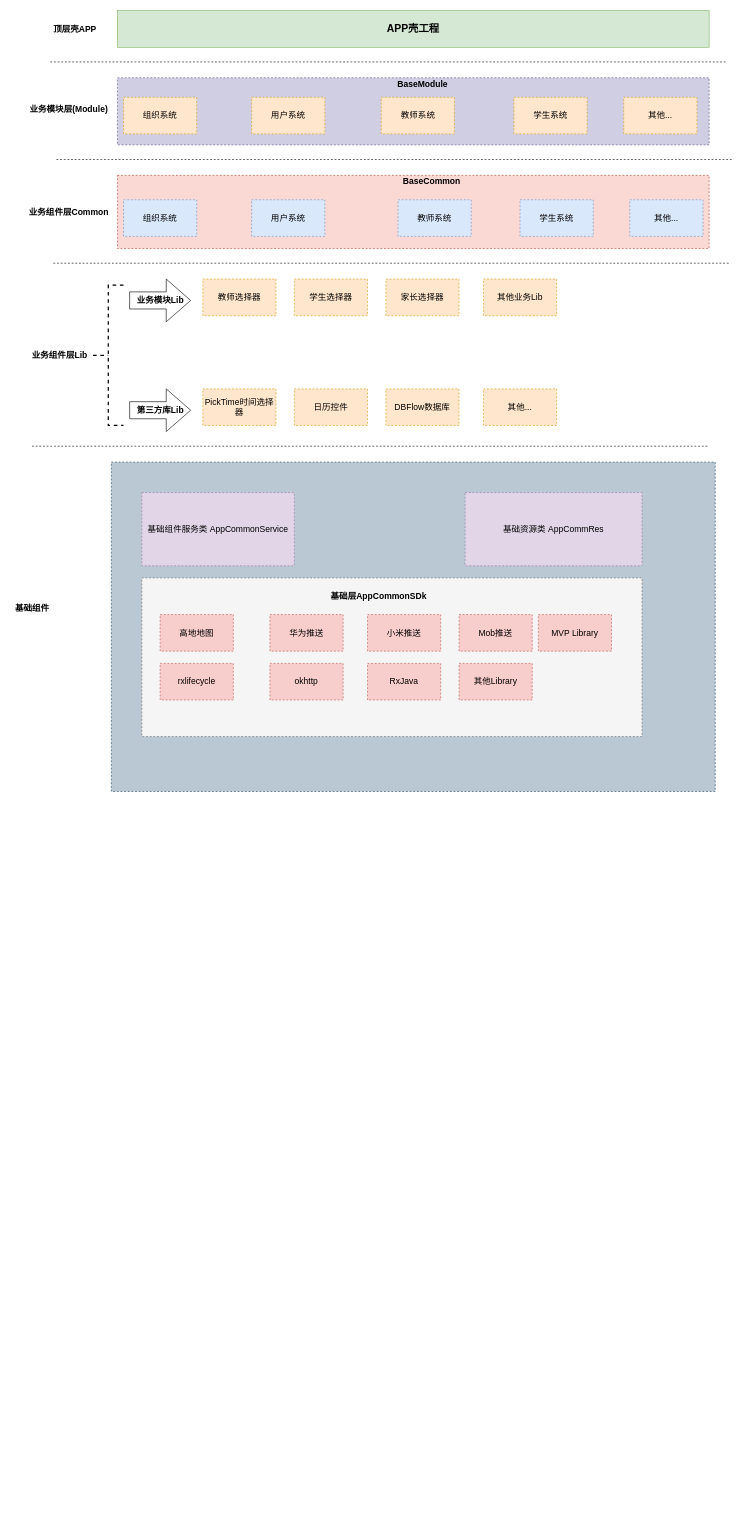
Earlier version of the draw.io diagram Untitled Diagram.drawio (123yangu/private_tool). Source tidied: cells renumbered, new cells numbered last; positions are measured from the earlier drawing's top-left corner, leaving out a move shared by most shapes. Both pictures are drawn from the tidied source at 61%, with x=0, y=0 at pixel (10, 10).
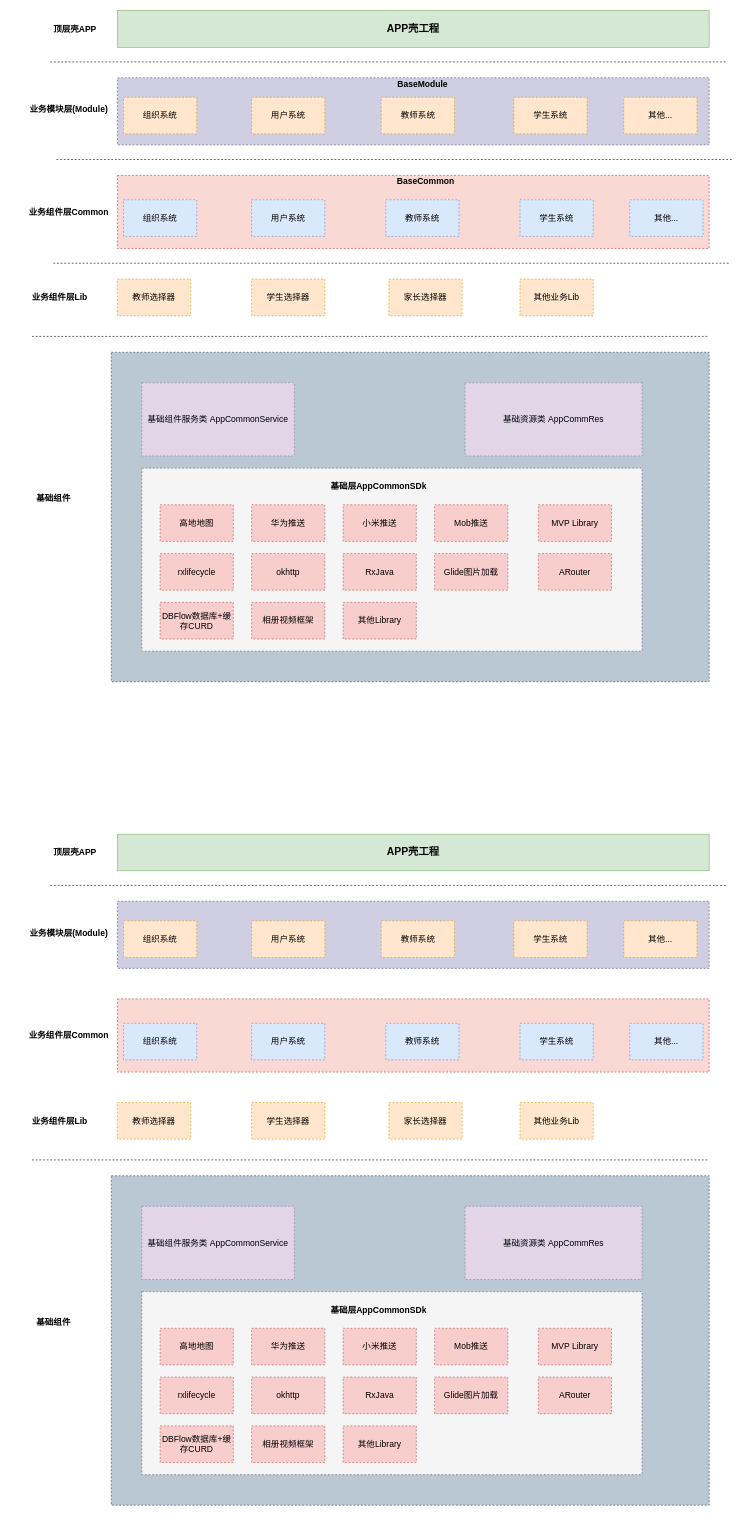
Above is the later version.

What changed in the source:
```diff
@@
     <mxCell id="4" style="rounded=0;whiteSpace=wrap;html=1;dashed=1;fontSize=14;fillColor=#bac8d3;strokeColor=#23445d;" parent="1" vertex="1">
-      <mxGeometry x="165" y="740" width="990" height="540" as="geometry" />
+      <mxGeometry x="165" y="560" width="980" height="540" as="geometry" />
     </mxCell>
     <mxCell id="5" style="rounded=0;whiteSpace=wrap;html=1;dashed=1;fontSize=14;fillColor=#f5f5f5;strokeColor=#666666;fontColor=#333333;" parent="1" vertex="1">
-      <mxGeometry x="215" y="930" width="820" height="260" as="geometry" />
+      <mxGeometry x="215" y="750" width="820" height="300" as="geometry" />
     </mxCell>
@@
     <mxCell id="16" value="教师选择器" style="rounded=0;whiteSpace=wrap;html=1;dashed=1;fontSize=14;fillColor=#ffe6cc;strokeColor=#d79b00;" parent="1" vertex="1">
-      <mxGeometry x="315" y="440" width="120" height="60" as="geometry" />
+      <mxGeometry x="175" y="440" width="120" height="60" as="geometry" />
     </mxCell>
     <mxCell id="17" value="&lt;b&gt;业务组件层Lib&lt;/b&gt;" style="text;html=1;align=center;verticalAlign=middle;fontSize=14;" parent="1" vertex="1">
-      <mxGeometry x="25" y="555" width="110" height="20" as="geometry" />
+      <mxGeometry x="25" y="460" width="110" height="20" as="geometry" />
     </mxCell>
-    <mxCell id="18" style="strokeWidth=2;html=1;shape=mxgraph.flowchart.annotation_2;align=left;labelPosition=right;dashed=1;fontSize=14;" parent="1" vertex="1">
-      <mxGeometry x="135" y="450" width="50" height="230" as="geometry" />
-    </mxCell>
-    <mxCell id="19" value="&lt;b&gt;业务模块Lib&lt;/b&gt;" style="html=1;shadow=0;dashed=0;align=center;verticalAlign=middle;shape=mxgraph.arrows2.arrow;dy=0.6;dx=40;notch=0;fontSize=14;" parent="1" vertex="1">
-      <mxGeometry x="195" y="440" width="100" height="70" as="geometry" />
-    </mxCell>
     <mxCell id="20" value="学生选择器" style="rounded=0;whiteSpace=wrap;html=1;dashed=1;fontSize=14;fillColor=#ffe6cc;strokeColor=#d79b00;" parent="1" vertex="1">
-      <mxGeometry x="465" y="440" width="120" height="60" as="geometry" />
+      <mxGeometry x="395" y="440" width="120" height="60" as="geometry" />
     </mxCell>
     <mxCell id="21" value="家长选择器" style="rounded=0;whiteSpace=wrap;html=1;dashed=1;fontSize=14;fillColor=#ffe6cc;strokeColor=#d79b00;" parent="1" vertex="1">
-      <mxGeometry x="615" y="440" width="120" height="60" as="geometry" />
+      <mxGeometry x="620" y="440" width="120" height="60" as="geometry" />
     </mxCell>
     <mxCell id="22" value="其他业务Lib" style="rounded=0;whiteSpace=wrap;html=1;dashed=1;fontSize=14;fillColor=#ffe6cc;strokeColor=#d79b00;" parent="1" vertex="1">
-      <mxGeometry x="775" y="440" width="120" height="60" as="geometry" />
+      <mxGeometry x="835" y="440" width="120" height="60" as="geometry" />
     </mxCell>
-    <mxCell id="23" value="&lt;b&gt;第三方库Lib&lt;/b&gt;" style="html=1;shadow=0;dashed=0;align=center;verticalAlign=middle;shape=mxgraph.arrows2.arrow;dy=0.6;dx=40;notch=0;fontSize=14;" parent="1" vertex="1">
-      <mxGeometry x="195" y="620" width="100" height="70" as="geometry" />
-    </mxCell>
-    <mxCell id="24" value="PickTime时间选择器" style="rounded=0;whiteSpace=wrap;html=1;dashed=1;fontSize=14;fillColor=#ffe6cc;strokeColor=#d79b00;" parent="1" vertex="1">
-      <mxGeometry x="315" y="620" width="120" height="60" as="geometry" />
-    </mxCell>
-    <mxCell id="25" value="日历控件" style="rounded=0;whiteSpace=wrap;html=1;dashed=1;fontSize=14;fillColor=#ffe6cc;strokeColor=#d79b00;" parent="1" vertex="1">
-      <mxGeometry x="465" y="620" width="120" height="60" as="geometry" />
-    </mxCell>
-    <mxCell id="26" value="DBFlow数据库" style="rounded=0;whiteSpace=wrap;html=1;dashed=1;fontSize=14;fillColor=#ffe6cc;strokeColor=#d79b00;" parent="1" vertex="1">
-      <mxGeometry x="615" y="620" width="120" height="60" as="geometry" />
-    </mxCell>
-    <mxCell id="27" value="其他..." style="rounded=0;whiteSpace=wrap;html=1;dashed=1;fontSize=14;fillColor=#ffe6cc;strokeColor=#d79b00;" parent="1" vertex="1">
-      <mxGeometry x="775" y="620" width="120" height="60" as="geometry" />
-    </mxCell>
@@
     <mxCell id="30" value="教师系统" style="rounded=0;whiteSpace=wrap;html=1;dashed=1;fontSize=14;fillColor=#dae8fc;strokeColor=#6c8ebf;" parent="1" vertex="1">
-      <mxGeometry x="635" y="310" width="120" height="60" as="geometry" />
+      <mxGeometry x="615" y="310" width="120" height="60" as="geometry" />
     </mxCell>
@@
     <mxCell id="35" value="&lt;b&gt;基础组件&lt;/b&gt;" style="text;html=1;align=center;verticalAlign=middle;fontSize=14;" parent="1" vertex="1">
-      <mxGeometry y="970" width="70" height="20" as="geometry" />
+      <mxGeometry x="35" y="790" width="70" height="20" as="geometry" />
     </mxCell>
     <mxCell id="36" value="高地地图" style="rounded=0;whiteSpace=wrap;html=1;dashed=1;fontSize=14;fillColor=#f8cecc;strokeColor=#b85450;" parent="1" vertex="1">
-      <mxGeometry x="245" y="990" width="120" height="60" as="geometry" />
+      <mxGeometry x="245" y="810" width="120" height="60" as="geometry" />
     </mxCell>
     <mxCell id="37" value="华为推送" style="rounded=0;whiteSpace=wrap;html=1;dashed=1;fontSize=14;fillColor=#f8cecc;strokeColor=#b85450;" parent="1" vertex="1">
-      <mxGeometry x="425" y="990" width="120" height="60" as="geometry" />
+      <mxGeometry x="395" y="810" width="120" height="60" as="geometry" />
     </mxCell>
     <mxCell id="38" value="小米推送" style="rounded=0;whiteSpace=wrap;html=1;dashed=1;fontSize=14;fillColor=#f8cecc;strokeColor=#b85450;" parent="1" vertex="1">
-      <mxGeometry x="585" y="990" width="120" height="60" as="geometry" />
+      <mxGeometry x="545" y="810" width="120" height="60" as="geometry" />
     </mxCell>
     <mxCell id="39" value="okhttp" style="rounded=0;whiteSpace=wrap;html=1;dashed=1;fontSize=14;fillColor=#f8cecc;strokeColor=#b85450;" parent="1" vertex="1">
-      <mxGeometry x="425" y="1070" width="120" height="60" as="geometry" />
+      <mxGeometry x="395" y="890" width="120" height="60" as="geometry" />
     </mxCell>
     <mxCell id="40" value="RxJava" style="rounded=0;whiteSpace=wrap;html=1;dashed=1;fontSize=14;fillColor=#f8cecc;strokeColor=#b85450;" parent="1" vertex="1">
-      <mxGeometry x="585" y="1070" width="120" height="60" as="geometry" />
+      <mxGeometry x="545" y="890" width="120" height="60" as="geometry" />
     </mxCell>
     <mxCell id="41" value="rxlifecycle" style="rounded=0;whiteSpace=wrap;html=1;dashed=1;fontSize=14;fillColor=#f8cecc;strokeColor=#b85450;" parent="1" vertex="1">
-      <mxGeometry x="245" y="1070" width="120" height="60" as="geometry" />
+      <mxGeometry x="245" y="890" width="120" height="60" as="geometry" />
     </mxCell>
     <mxCell id="42" value="Mob推送" style="rounded=0;whiteSpace=wrap;html=1;dashed=1;fontSize=14;fillColor=#f8cecc;strokeColor=#b85450;" parent="1" vertex="1">
-      <mxGeometry x="735" y="990" width="120" height="60" as="geometry" />
+      <mxGeometry x="695" y="810" width="120" height="60" as="geometry" />
     </mxCell>
     <mxCell id="43" value="其他Library" style="rounded=0;whiteSpace=wrap;html=1;dashed=1;fontSize=14;fillColor=#f8cecc;strokeColor=#b85450;" parent="1" vertex="1">
-      <mxGeometry x="735" y="1070" width="120" height="60" as="geometry" />
+      <mxGeometry x="545" y="970" width="120" height="60" as="geometry" />
     </mxCell>
     <mxCell id="44" style="line;strokeWidth=1;fillColor=none;align=left;verticalAlign=middle;spacingTop=-1;spacingLeft=3;spacingRight=3;labelPosition=right;fontSize=14;dashed=1;" parent="1" vertex="1">
-      <mxGeometry x="35" y="710" width="1110" height="8" as="geometry" />
+      <mxGeometry x="35" y="530" width="1110" height="8" as="geometry" />
     </mxCell>
     <mxCell id="45" value="&lt;b&gt;基础层AppCommonSDk&lt;/b&gt;" style="text;html=1;align=center;verticalAlign=middle;fontSize=14;" parent="1" vertex="1">
-      <mxGeometry x="517.5" y="950" width="170" height="20" as="geometry" />
+      <mxGeometry x="517.5" y="770" width="170" height="20" as="geometry" />
     </mxCell>
     <mxCell id="46" value="MVP Library" style="rounded=0;whiteSpace=wrap;html=1;dashed=1;fontSize=14;fillColor=#f8cecc;strokeColor=#b85450;" parent="1" vertex="1">
-      <mxGeometry x="865" y="990" width="120" height="60" as="geometry" />
+      <mxGeometry x="865" y="810" width="120" height="60" as="geometry" />
     </mxCell>
     <mxCell id="47" value="基础组件服务类 AppCommonService" style="rounded=0;whiteSpace=wrap;html=1;dashed=1;fontSize=14;fillColor=#e1d5e7;strokeColor=#9673a6;" parent="1" vertex="1">
-      <mxGeometry x="215" y="790" width="250" height="120" as="geometry" />
+      <mxGeometry x="215" y="610" width="250" height="120" as="geometry" />
     </mxCell>
     <mxCell id="48" value="基础资源类 AppCommRes" style="rounded=0;whiteSpace=wrap;html=1;dashed=1;fontSize=14;fillColor=#e1d5e7;strokeColor=#9673a6;" parent="1" vertex="1">
-      <mxGeometry x="745" y="790" width="290" height="120" as="geometry" />
+      <mxGeometry x="745" y="610" width="290" height="120" as="geometry" />
     </mxCell>
     <mxCell id="49" value="&lt;b&gt;BaseCommon&lt;/b&gt;" style="text;html=1;align=center;verticalAlign=middle;fontSize=14;" parent="1" vertex="1">
-      <mxGeometry x="635" y="270" width="110" height="20" as="geometry" />
+      <mxGeometry x="625" y="270" width="110" height="20" as="geometry" />
     </mxCell>
@@
+    <mxCell id="51" value="Glide图片加载" style="rounded=0;whiteSpace=wrap;html=1;dashed=1;fontSize=14;fillColor=#f8cecc;strokeColor=#b85450;" parent="1" vertex="1">
+      <mxGeometry x="695" y="890" width="120" height="60" as="geometry" />
+    </mxCell>
+    <mxCell id="52" value="ARouter" style="rounded=0;whiteSpace=wrap;html=1;dashed=1;fontSize=14;fillColor=#f8cecc;strokeColor=#b85450;" parent="1" vertex="1">
+      <mxGeometry x="865" y="890" width="120" height="60" as="geometry" />
+    </mxCell>
+    <mxCell id="53" value="DBFlow数据库+缓存CURD" style="rounded=0;whiteSpace=wrap;html=1;dashed=1;fontSize=14;fillColor=#f8cecc;strokeColor=#b85450;" parent="1" vertex="1">
+      <mxGeometry x="245" y="970" width="120" height="60" as="geometry" />
+    </mxCell>
+    <mxCell id="54" value="相册视频框架" style="rounded=0;whiteSpace=wrap;html=1;dashed=1;fontSize=14;fillColor=#f8cecc;strokeColor=#b85450;" parent="1" vertex="1">
+      <mxGeometry x="395" y="970" width="120" height="60" as="geometry" />
+    </mxCell>
+    <mxCell id="55" style="rounded=0;whiteSpace=wrap;html=1;dashed=1;fontSize=14;fillColor=#d0cee2;strokeColor=#56517e;" parent="1" vertex="1">
+      <mxGeometry x="175" y="1460" width="970" height="110" as="geometry" />
+    </mxCell>
+    <mxCell id="56" style="rounded=0;whiteSpace=wrap;html=1;dashed=1;fontSize=14;fillColor=#fad9d5;strokeColor=#ae4132;" parent="1" vertex="1">
+      <mxGeometry x="175" y="1620" width="970" height="120" as="geometry" />
+    </mxCell>
+    <mxCell id="57" style="rounded=0;whiteSpace=wrap;html=1;dashed=1;fontSize=14;fillColor=#bac8d3;strokeColor=#23445d;" parent="1" vertex="1">
+      <mxGeometry x="165" y="1910" width="980" height="540" as="geometry" />
+    </mxCell>
+    <mxCell id="58" style="rounded=0;whiteSpace=wrap;html=1;dashed=1;fontSize=14;fillColor=#f5f5f5;strokeColor=#666666;fontColor=#333333;" parent="1" vertex="1">
+      <mxGeometry x="215" y="2100" width="820" height="300" as="geometry" />
+    </mxCell>
+    <mxCell id="59" value="&lt;font style=&quot;font-size: 17px&quot;&gt;APP壳工程&lt;/font&gt;" style="rounded=0;whiteSpace=wrap;html=1;fillColor=#d5e8d4;strokeColor=#82b366;fontStyle=1;" parent="1" vertex="1">
+      <mxGeometry x="175" y="1350" width="970" height="60" as="geometry" />
+    </mxCell>
+    <mxCell id="60" value="顶层壳APP" style="text;html=1;align=center;verticalAlign=middle;fontStyle=1;fontSize=14;" parent="1" vertex="1">
+      <mxGeometry x="60" y="1370" width="90" height="20" as="geometry" />
+    </mxCell>
+    <mxCell id="61" style="line;strokeWidth=1;fillColor=none;align=left;verticalAlign=middle;spacingTop=-1;spacingLeft=3;spacingRight=3;labelPosition=right;fontSize=14;dashed=1;" parent="1" vertex="1">
+      <mxGeometry x="65" y="1430" width="1110" height="8" as="geometry" />
+    </mxCell>
+    <mxCell id="62" value="&lt;b&gt;业务模块层(Module)&lt;/b&gt;" style="text;html=1;align=center;verticalAlign=middle;fontSize=14;" parent="1" vertex="1">
+      <mxGeometry x="25" y="1502" width="140" height="20" as="geometry" />
+    </mxCell>
+    <mxCell id="63" value="教师系统" style="rounded=0;whiteSpace=wrap;html=1;dashed=1;fontSize=14;fillColor=#ffe6cc;strokeColor=#d79b00;" parent="1" vertex="1">
+      <mxGeometry x="607.5" y="1492" width="120" height="60" as="geometry" />
+    </mxCell>
+    <mxCell id="64" value="学生系统" style="rounded=0;whiteSpace=wrap;html=1;dashed=1;fontSize=14;fillColor=#ffe6cc;strokeColor=#d79b00;" parent="1" vertex="1">
+      <mxGeometry x="825" y="1492" width="120" height="60" as="geometry" />
+    </mxCell>
+    <mxCell id="65" value="组织系统" style="rounded=0;whiteSpace=wrap;html=1;dashed=1;fontSize=14;fillColor=#ffe6cc;strokeColor=#d79b00;" parent="1" vertex="1">
+      <mxGeometry x="185" y="1492" width="120" height="60" as="geometry" />
+    </mxCell>
+    <mxCell id="66" value="用户系统" style="rounded=0;whiteSpace=wrap;html=1;dashed=1;fontSize=14;fillColor=#ffe6cc;strokeColor=#d79b00;" parent="1" vertex="1">
+      <mxGeometry x="395" y="1492" width="120" height="60" as="geometry" />
+    </mxCell>
+    <mxCell id="27" value="其他..." style="rounded=0;whiteSpace=wrap;html=1;dashed=1;fontSize=14;fillColor=#ffe6cc;strokeColor=#d79b00;" parent="1" vertex="1">
+      <mxGeometry x="1005" y="1492" width="120" height="60" as="geometry" />
+    </mxCell>
+    <mxCell id="67" value="教师选择器" style="rounded=0;whiteSpace=wrap;html=1;dashed=1;fontSize=14;fillColor=#ffe6cc;strokeColor=#d79b00;" parent="1" vertex="1">
+      <mxGeometry x="175" y="1790" width="120" height="60" as="geometry" />
+    </mxCell>
+    <mxCell id="68" value="&lt;b&gt;业务组件层Lib&lt;/b&gt;" style="text;html=1;align=center;verticalAlign=middle;fontSize=14;" parent="1" vertex="1">
+      <mxGeometry x="25" y="1810" width="110" height="20" as="geometry" />
+    </mxCell>
+    <mxCell id="69" value="学生选择器" style="rounded=0;whiteSpace=wrap;html=1;dashed=1;fontSize=14;fillColor=#ffe6cc;strokeColor=#d79b00;" parent="1" vertex="1">
+      <mxGeometry x="395" y="1790" width="120" height="60" as="geometry" />
+    </mxCell>
+    <mxCell id="70" value="家长选择器" style="rounded=0;whiteSpace=wrap;html=1;dashed=1;fontSize=14;fillColor=#ffe6cc;strokeColor=#d79b00;" parent="1" vertex="1">
+      <mxGeometry x="620" y="1790" width="120" height="60" as="geometry" />
+    </mxCell>
+    <mxCell id="71" value="其他业务Lib" style="rounded=0;whiteSpace=wrap;html=1;dashed=1;fontSize=14;fillColor=#ffe6cc;strokeColor=#d79b00;" parent="1" vertex="1">
+      <mxGeometry x="835" y="1790" width="120" height="60" as="geometry" />
+    </mxCell>
+    <mxCell id="72" value="&lt;b&gt;业务组件层Common&lt;/b&gt;" style="text;html=1;align=center;verticalAlign=middle;fontSize=14;" parent="1" vertex="1">
+      <mxGeometry x="20" y="1670" width="150" height="20" as="geometry" />
+    </mxCell>
+    <mxCell id="73" value="教师系统" style="rounded=0;whiteSpace=wrap;html=1;dashed=1;fontSize=14;fillColor=#dae8fc;strokeColor=#6c8ebf;" parent="1" vertex="1">
+      <mxGeometry x="615" y="1660" width="120" height="60" as="geometry" />
+    </mxCell>
+    <mxCell id="74" value="学生系统" style="rounded=0;whiteSpace=wrap;html=1;dashed=1;fontSize=14;fillColor=#dae8fc;strokeColor=#6c8ebf;" parent="1" vertex="1">
+      <mxGeometry x="835" y="1660" width="120" height="60" as="geometry" />
+    </mxCell>
+    <mxCell id="75" value="组织系统" style="rounded=0;whiteSpace=wrap;html=1;dashed=1;fontSize=14;fillColor=#dae8fc;strokeColor=#6c8ebf;" parent="1" vertex="1">
+      <mxGeometry x="185" y="1660" width="120" height="60" as="geometry" />
+    </mxCell>
+    <mxCell id="76" value="用户系统" style="rounded=0;whiteSpace=wrap;html=1;dashed=1;fontSize=14;fillColor=#dae8fc;strokeColor=#6c8ebf;" parent="1" vertex="1">
+      <mxGeometry x="395" y="1660" width="120" height="60" as="geometry" />
+    </mxCell>
+    <mxCell id="77" value="其他..." style="rounded=0;whiteSpace=wrap;html=1;dashed=1;fontSize=14;fillColor=#dae8fc;strokeColor=#6c8ebf;" parent="1" vertex="1">
+      <mxGeometry x="1015" y="1660" width="120" height="60" as="geometry" />
+    </mxCell>
+    <mxCell id="78" value="&lt;b&gt;基础组件&lt;/b&gt;" style="text;html=1;align=center;verticalAlign=middle;fontSize=14;" parent="1" vertex="1">
+      <mxGeometry x="35" y="2140" width="70" height="20" as="geometry" />
+    </mxCell>
+    <mxCell id="79" value="高地地图" style="rounded=0;whiteSpace=wrap;html=1;dashed=1;fontSize=14;fillColor=#f8cecc;strokeColor=#b85450;" parent="1" vertex="1">
+      <mxGeometry x="245" y="2160" width="120" height="60" as="geometry" />
+    </mxCell>
+    <mxCell id="80" value="华为推送" style="rounded=0;whiteSpace=wrap;html=1;dashed=1;fontSize=14;fillColor=#f8cecc;strokeColor=#b85450;" parent="1" vertex="1">
+      <mxGeometry x="395" y="2160" width="120" height="60" as="geometry" />
+    </mxCell>
+    <mxCell id="81" value="小米推送" style="rounded=0;whiteSpace=wrap;html=1;dashed=1;fontSize=14;fillColor=#f8cecc;strokeColor=#b85450;" parent="1" vertex="1">
+      <mxGeometry x="545" y="2160" width="120" height="60" as="geometry" />
+    </mxCell>
+    <mxCell id="82" value="okhttp" style="rounded=0;whiteSpace=wrap;html=1;dashed=1;fontSize=14;fillColor=#f8cecc;strokeColor=#b85450;" parent="1" vertex="1">
+      <mxGeometry x="395" y="2240" width="120" height="60" as="geometry" />
+    </mxCell>
+    <mxCell id="83" value="RxJava" style="rounded=0;whiteSpace=wrap;html=1;dashed=1;fontSize=14;fillColor=#f8cecc;strokeColor=#b85450;" parent="1" vertex="1">
+      <mxGeometry x="545" y="2240" width="120" height="60" as="geometry" />
+    </mxCell>
+    <mxCell id="84" value="rxlifecycle" style="rounded=0;whiteSpace=wrap;html=1;dashed=1;fontSize=14;fillColor=#f8cecc;strokeColor=#b85450;" parent="1" vertex="1">
+      <mxGeometry x="245" y="2240" width="120" height="60" as="geometry" />
+    </mxCell>
+    <mxCell id="85" value="Mob推送" style="rounded=0;whiteSpace=wrap;html=1;dashed=1;fontSize=14;fillColor=#f8cecc;strokeColor=#b85450;" parent="1" vertex="1">
+      <mxGeometry x="695" y="2160" width="120" height="60" as="geometry" />
+    </mxCell>
+    <mxCell id="86" value="其他Library" style="rounded=0;whiteSpace=wrap;html=1;dashed=1;fontSize=14;fillColor=#f8cecc;strokeColor=#b85450;" parent="1" vertex="1">
+      <mxGeometry x="545" y="2320" width="120" height="60" as="geometry" />
+    </mxCell>
+    <mxCell id="87" style="line;strokeWidth=1;fillColor=none;align=left;verticalAlign=middle;spacingTop=-1;spacingLeft=3;spacingRight=3;labelPosition=right;fontSize=14;dashed=1;" parent="1" vertex="1">
+      <mxGeometry x="35" y="1880" width="1110" height="8" as="geometry" />
+    </mxCell>
+    <mxCell id="88" value="&lt;b&gt;基础层AppCommonSDk&lt;/b&gt;" style="text;html=1;align=center;verticalAlign=middle;fontSize=14;" parent="1" vertex="1">
+      <mxGeometry x="517.5" y="2120" width="170" height="20" as="geometry" />
+    </mxCell>
+    <mxCell id="89" value="MVP Library" style="rounded=0;whiteSpace=wrap;html=1;dashed=1;fontSize=14;fillColor=#f8cecc;strokeColor=#b85450;" parent="1" vertex="1">
+      <mxGeometry x="865" y="2160" width="120" height="60" as="geometry" />
+    </mxCell>
+    <mxCell id="90" value="基础组件服务类 AppCommonService" style="rounded=0;whiteSpace=wrap;html=1;dashed=1;fontSize=14;fillColor=#e1d5e7;strokeColor=#9673a6;" parent="1" vertex="1">
+      <mxGeometry x="215" y="1960" width="250" height="120" as="geometry" />
+    </mxCell>
+    <mxCell id="91" value="基础资源类 AppCommRes" style="rounded=0;whiteSpace=wrap;html=1;dashed=1;fontSize=14;fillColor=#e1d5e7;strokeColor=#9673a6;" parent="1" vertex="1">
+      <mxGeometry x="745" y="1960" width="290" height="120" as="geometry" />
+    </mxCell>
+    <mxCell id="92" value="Glide图片加载" style="rounded=0;whiteSpace=wrap;html=1;dashed=1;fontSize=14;fillColor=#f8cecc;strokeColor=#b85450;" parent="1" vertex="1">
+      <mxGeometry x="695" y="2240" width="120" height="60" as="geometry" />
+    </mxCell>
+    <mxCell id="93" value="ARouter" style="rounded=0;whiteSpace=wrap;html=1;dashed=1;fontSize=14;fillColor=#f8cecc;strokeColor=#b85450;" parent="1" vertex="1">
+      <mxGeometry x="865" y="2240" width="120" height="60" as="geometry" />
+    </mxCell>
+    <mxCell id="94" value="DBFlow数据库+缓存CURD" style="rounded=0;whiteSpace=wrap;html=1;dashed=1;fontSize=14;fillColor=#f8cecc;strokeColor=#b85450;" parent="1" vertex="1">
+      <mxGeometry x="245" y="2320" width="120" height="60" as="geometry" />
+    </mxCell>
+    <mxCell id="95" value="相册视频框架" style="rounded=0;whiteSpace=wrap;html=1;dashed=1;fontSize=14;fillColor=#f8cecc;strokeColor=#b85450;" parent="1" vertex="1">
+      <mxGeometry x="395" y="2320" width="120" height="60" as="geometry" />
+    </mxCell>
```
